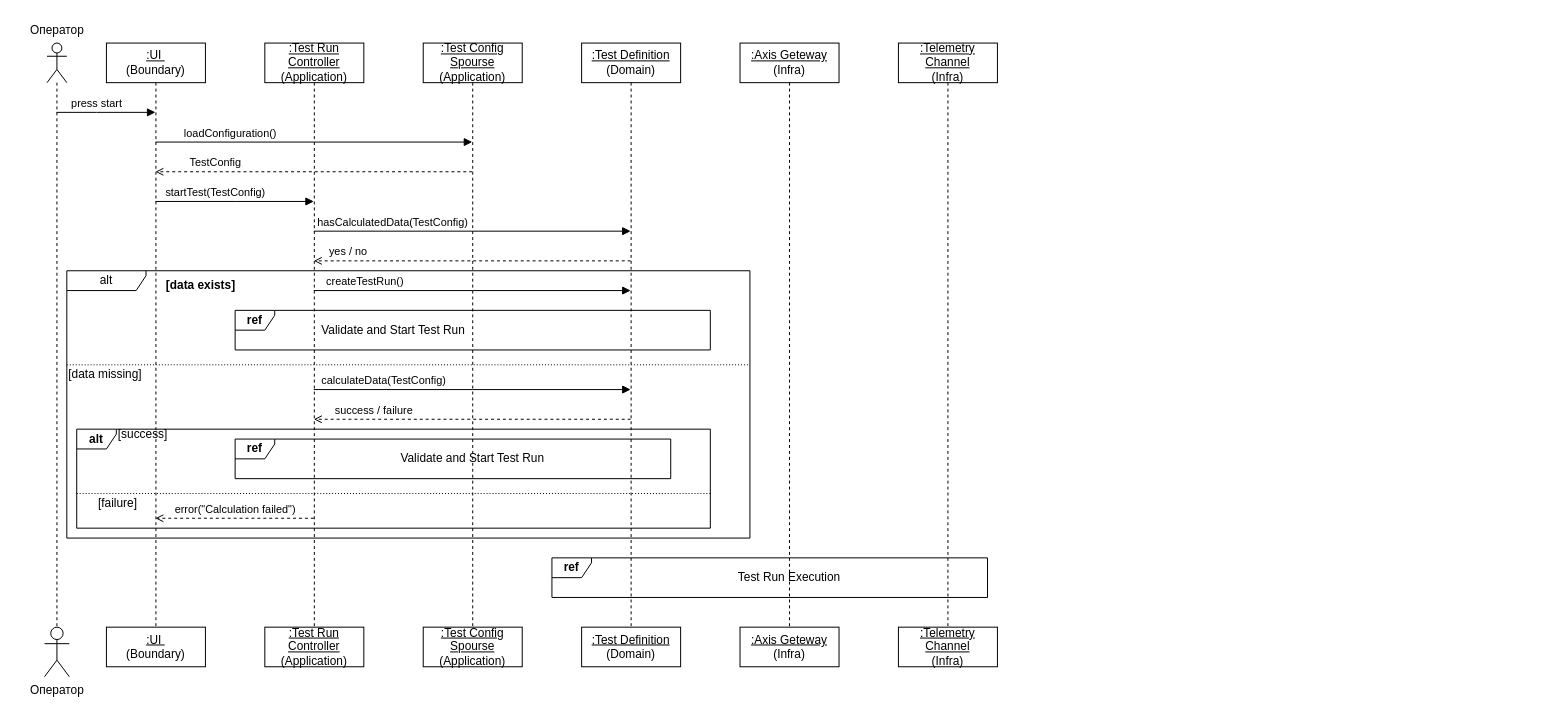
Earlier version of the draw.io diagram page "ДП - Запуск испытания" (5 of 5) of docs/diagrams/analytics-artifacts.drawio (TarkWight/uas-test-system). Source tidied: cells renumbered, new cells numbered last; positions are measured from the earlier drawing's top-left corner, leaving out a move shared by most shapes. Both pictures are drawn from the tidied source at 99%, with x=0, y=0 at pixel (17, 17).
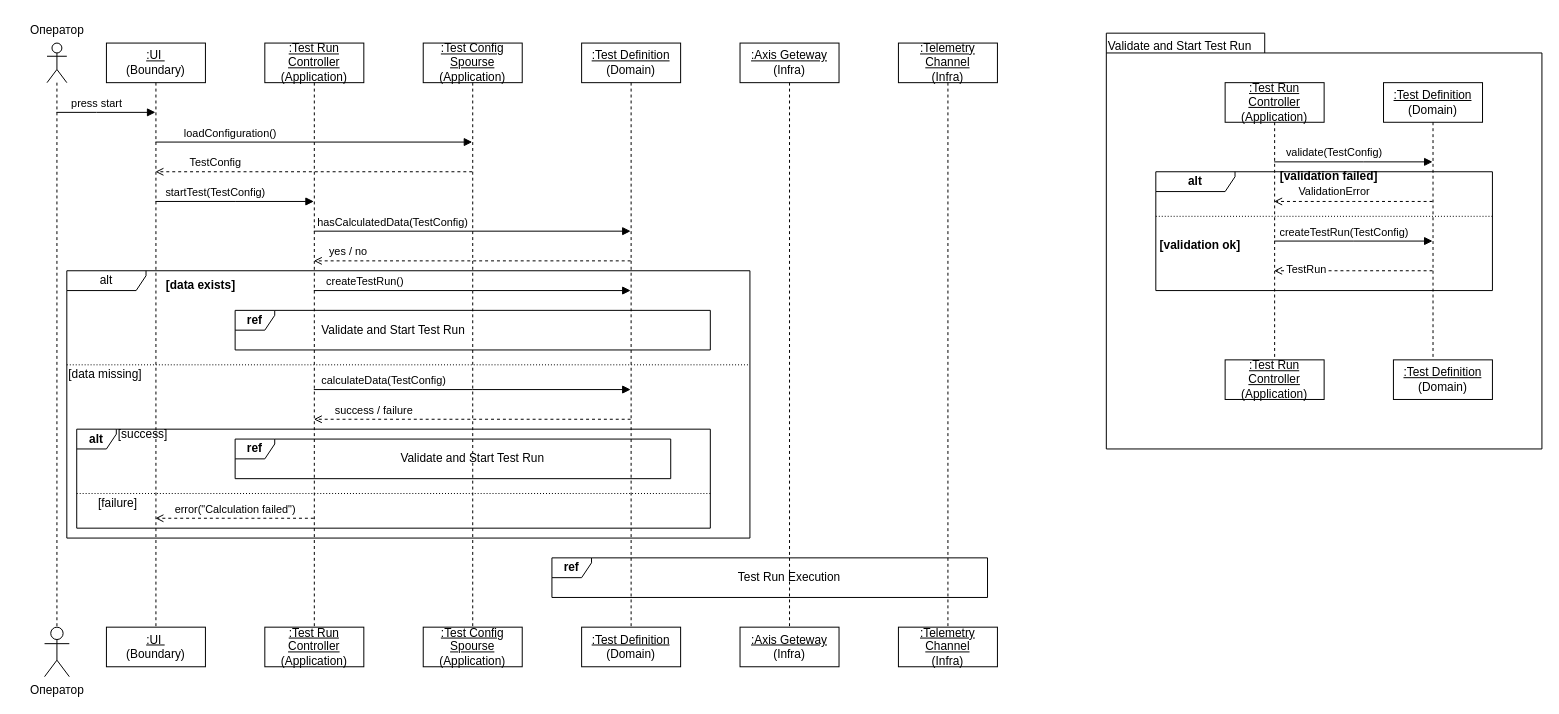
The same diagram, later.

Commit message:
? update SeqD: add validate ref to `test run`

Diff of the diagram source:
```diff
@@
+    <mxCell id="51" style="group;" parent="1" vertex="1">
+      <mxGeometry x="1100" y="16" width="440" height="420" as="geometry" />
+    </mxCell>
+    <mxCell id="52" style="shape=folder;fontStyle=1;spacingTop=10;tabWidth=160;tabHeight=20;tabPosition=left;html=1;whiteSpace=wrap;" parent="51" vertex="1">
+      <mxGeometry width="440" height="420" as="geometry" />
+    </mxCell>
+    <mxCell id="53" value="Validate and Start Test Run" style="text;whiteSpace=wrap;" parent="51" vertex="1">
+      <mxGeometry width="160" height="20" as="geometry" />
+    </mxCell>
+    <mxCell id="54" style="edgeStyle=orthogonalEdgeStyle;rounded=0;jettySize=auto;html=1;curved=0;endArrow=block;endFill=1;" parent="51" edge="1" source="58" target="62">
+      <mxGeometry relative="1" as="geometry">
+        <Array as="points">
+          <mxPoint x="260" y="130" />
+          <mxPoint x="260" y="130" />
+        </Array>
+      </mxGeometry>
+    </mxCell>
+    <mxCell id="55" value="validate(TestConfig)" style="edgeLabel;html=1;align=center;verticalAlign=middle;" parent="54" vertex="1">
+      <mxGeometry x="-0.58" y="3" relative="1" as="geometry">
+        <mxPoint x="26" y="-7" as="offset" />
+      </mxGeometry>
+    </mxCell>
+    <mxCell id="56" style="edgeStyle=orthogonalEdgeStyle;rounded=0;jettySize=auto;html=1;curved=0;endArrow=block;endFill=1;" parent="51" edge="1" source="58" target="62">
+      <mxGeometry relative="1" as="geometry">
+        <Array as="points">
+          <mxPoint x="250" y="210" />
+          <mxPoint x="250" y="210" />
+        </Array>
+      </mxGeometry>
+    </mxCell>
+    <mxCell id="57" value="createTestRun(TestConfig)" style="edgeLabel;html=1;align=center;verticalAlign=middle;" parent="56" vertex="1">
+      <mxGeometry x="-0.7" y="2" relative="1" as="geometry">
+        <mxPoint x="46" y="-8" as="offset" />
+      </mxGeometry>
+    </mxCell>
+    <mxCell id="58" value="&lt;u&gt;:Test Run Controller&lt;/u&gt;&lt;div&gt;&lt;span style=&quot;background-color: transparent; color: light-dark(rgb(0, 0, 0), rgb(255, 255, 255));&quot;&gt;(Application)&lt;/span&gt;&lt;/div&gt;" style="shape=umlLifeline;perimeter=lifelinePerimeter;whiteSpace=wrap;html=1;outlineConnect=0;portConstraint=eastwest;newEdgeStyle={&quot;curved&quot;:0,&quot;rounded&quot;:0};" parent="51" vertex="1">
+      <mxGeometry x="120" y="50" width="100" height="280" as="geometry" />
+    </mxCell>
+    <mxCell id="59" value="ValidationError" style="edgeStyle=orthogonalEdgeStyle;rounded=0;jettySize=auto;html=1;curved=0;dashed=1;endArrow=open;endFill=0;" parent="51" edge="1" source="62" target="58">
+      <mxGeometry x="0.25" y="-10" relative="1" as="geometry">
+        <Array as="points">
+          <mxPoint x="250" y="170" />
+          <mxPoint x="250" y="170" />
+        </Array>
+      </mxGeometry>
+    </mxCell>
+    <mxCell id="60" style="edgeStyle=orthogonalEdgeStyle;rounded=0;jettySize=auto;html=1;curved=0;dashed=1;endArrow=open;endFill=0;" parent="51" edge="1" source="62" target="58">
+      <mxGeometry relative="1" as="geometry">
+        <Array as="points">
+          <mxPoint x="250" y="240" />
+          <mxPoint x="250" y="240" />
+        </Array>
+      </mxGeometry>
+    </mxCell>
+    <mxCell id="61" value="TestRun" style="edgeLabel;html=1;align=center;verticalAlign=middle;" parent="60" vertex="1">
+      <mxGeometry x="0.6" y="-2" relative="1" as="geometry" />
+    </mxCell>
+    <mxCell id="62" value="&lt;u&gt;:Test Definition&lt;/u&gt;&lt;div&gt;&lt;span style=&quot;background-color: transparent; color: light-dark(rgb(0, 0, 0), rgb(255, 255, 255));&quot;&gt;(Domain)&lt;/span&gt;&lt;/div&gt;" style="shape=umlLifeline;perimeter=lifelinePerimeter;whiteSpace=wrap;html=1;outlineConnect=0;portConstraint=eastwest;newEdgeStyle={&quot;curved&quot;:0,&quot;rounded&quot;:0};" parent="51" vertex="1">
+      <mxGeometry x="280" y="50" width="100" height="280" as="geometry" />
+    </mxCell>
+    <mxCell id="63" value="&lt;b&gt;alt&lt;/b&gt;" style="shape=umlFrame;whiteSpace=wrap;html=1;width=80;height=20;" parent="51" vertex="1">
+      <mxGeometry x="50" y="140" width="340" height="120" as="geometry" />
+    </mxCell>
+    <mxCell id="64" value="&lt;b&gt;[validation failed]&lt;/b&gt;" style="text;html=1;whiteSpace=wrap;strokeColor=none;fillColor=none;align=center;verticalAlign=middle;rounded=0;" parent="63" vertex="1">
+      <mxGeometry x="120" width="110" height="10" as="geometry" />
+    </mxCell>
+    <mxCell id="65" style="line;strokeWidth=1;fillColor=none;align=left;verticalAlign=middle;spacingTop=-1;spacingLeft=3;spacingRight=3;labelPosition=right;strokeColor=inherit;dashed=1;dashPattern=1 2;" parent="63" vertex="1">
+      <mxGeometry y="40" width="340" height="10" as="geometry" />
+    </mxCell>
+    <mxCell id="66" value="&lt;b&gt;[validation ok]&lt;/b&gt;" style="text;html=1;whiteSpace=wrap;strokeColor=none;fillColor=none;align=center;verticalAlign=middle;rounded=0;" parent="63" vertex="1">
+      <mxGeometry y="70" width="90" height="10" as="geometry" />
+    </mxCell>
+    <mxCell id="67" value="&lt;u&gt;:Test Run Controller&lt;/u&gt;&lt;div&gt;&lt;span style=&quot;background-color: transparent; color: light-dark(rgb(0, 0, 0), rgb(255, 255, 255));&quot;&gt;(Application)&lt;/span&gt;&lt;/div&gt;" style="html=1;whiteSpace=wrap;" parent="51" vertex="1">
+      <mxGeometry x="120" y="330" width="100" height="40" as="geometry" />
+    </mxCell>
+    <mxCell id="68" value="&lt;u&gt;:Test Definition&lt;/u&gt;&lt;div&gt;&lt;span style=&quot;background-color: transparent; color: light-dark(rgb(0, 0, 0), rgb(255, 255, 255));&quot;&gt;(Domain)&lt;/span&gt;&lt;/div&gt;" style="html=1;whiteSpace=wrap;" parent="51" vertex="1">
+      <mxGeometry x="290" y="330" width="100" height="40" as="geometry" />
+    </mxCell>
```
